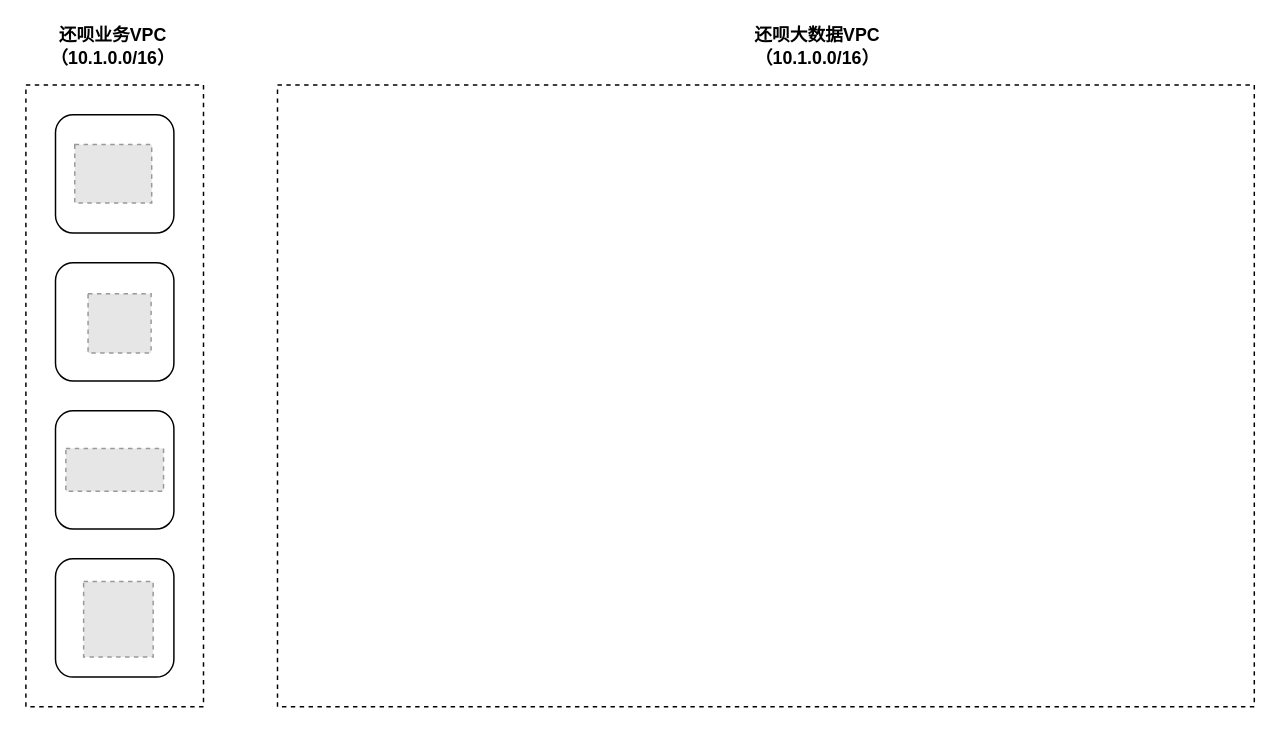
Earlier version of the draw.io diagram datalake_fullview.drawio (jimmycheng603/findmaven). Source tidied: cells renumbered, new cells numbered last; positions are measured from the earlier drawing's top-left corner, leaving out a move shared by most shapes. Both pictures are drawn from the tidied source at 148%, with x=0, y=0 at pixel (25, 31). Pictures stored in the file or linked from it are replaced by grey dashed boxes.
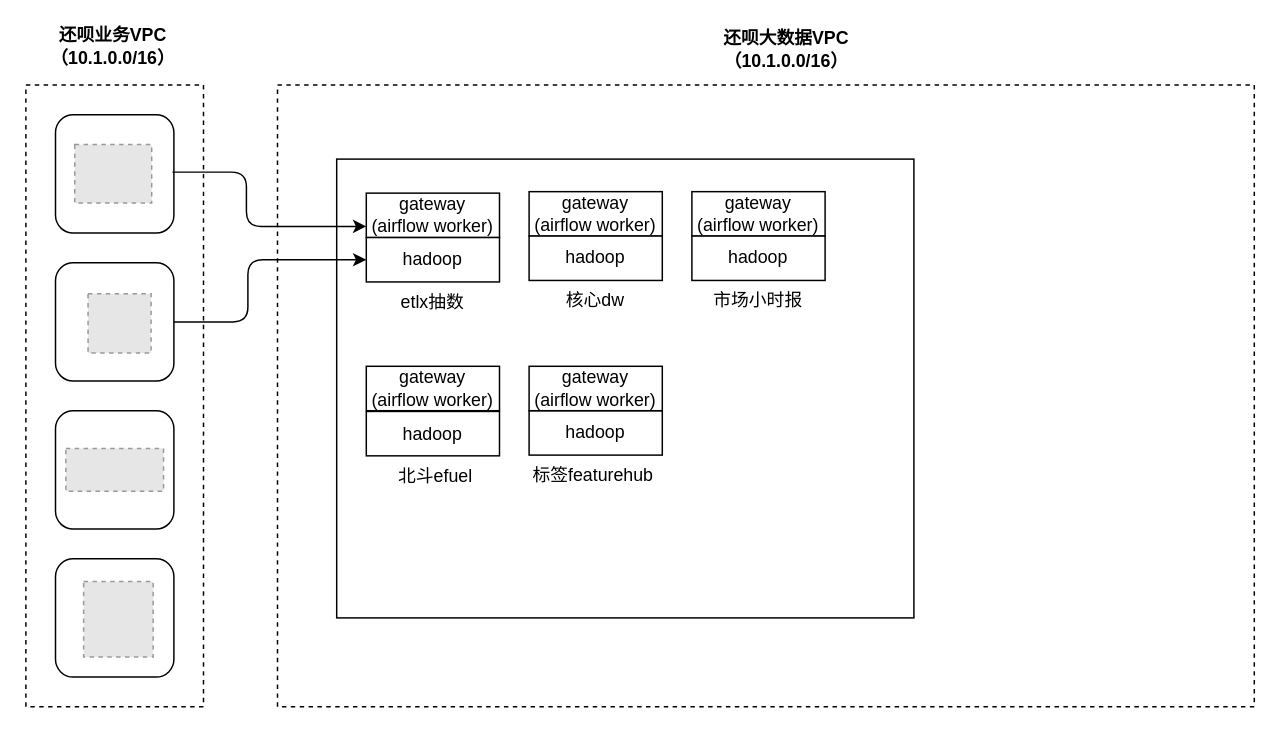
The same diagram, later.

Unchanged cells that the change refers to:
```xml
<mxCell id="4" style="rounded=1;whiteSpace=wrap;html=1;" parent="1" vertex="1">
  <mxGeometry x="20" y="156" width="80" height="80" as="geometry" />
</mxCell>
```

The edit, as a diff of the source:
```diff
@@
     <mxCell id="13" value="还呗大数据VPC&lt;br&gt;（10.1.0.0/16）" style="text;html=1;strokeColor=none;fillColor=none;align=center;verticalAlign=middle;whiteSpace=wrap;rounded=0;fontStyle=1;" parent="1" vertex="1">
-      <mxGeometry x="490" width="90" height="20" as="geometry" />
+      <mxGeometry x="469" y="2" width="90" height="20" as="geometry" />
     </mxCell>
+    <mxCell id="14" style="rounded=0;whiteSpace=wrap;html=1;" parent="1" vertex="1">
+      <mxGeometry x="210" y="86" width="390" height="310" as="geometry" />
+    </mxCell>
+    <mxCell id="15" style="edgeStyle=elbowEdgeStyle;elbow=horizontal;endArrow=classic;html=1;entryX=0;entryY=0.5;entryDx=0;entryDy=0;exitX=1;exitY=0.5;exitDx=0;exitDy=0;" parent="1" edge="1" source="4" target="21">
+      <mxGeometry relative="1" as="geometry">
+        <Array as="points">
+          <mxPoint x="150" y="196" />
+          <mxPoint x="150" y="176" />
+          <mxPoint x="140" y="126" />
+        </Array>
+      </mxGeometry>
+    </mxCell>
+    <mxCell id="16" style="edgeStyle=elbowEdgeStyle;elbow=horizontal;endArrow=classic;html=1;entryX=0;entryY=0.75;entryDx=0;entryDy=0;" parent="1" edge="1" target="20">
+      <mxGeometry relative="1" as="geometry">
+        <mxPoint x="99" y="94.8" as="sourcePoint" />
+        <Array as="points">
+          <mxPoint x="149" y="64.8" />
+          <mxPoint x="139" y="14.8" />
+        </Array>
+      </mxGeometry>
+    </mxCell>
+    <mxCell id="17" style="group;" parent="1" vertex="1">
+      <mxGeometry x="230" y="109" width="90" height="84" as="geometry" />
+    </mxCell>
+    <mxCell id="18" value="etlx抽数" style="text;html=1;strokeColor=none;fillColor=none;align=center;verticalAlign=middle;whiteSpace=wrap;rounded=0;" parent="17" vertex="1">
+      <mxGeometry x="20" y="64" width="50" height="20" as="geometry" />
+    </mxCell>
+    <mxCell id="19" style="group;" parent="17" vertex="1">
+      <mxGeometry width="90" height="60" as="geometry" />
+    </mxCell>
+    <mxCell id="20" value="gateway&lt;br&gt;(airflow worker)" style="rounded=0;whiteSpace=wrap;html=1;" parent="19" vertex="1">
+      <mxGeometry width="90" height="30" as="geometry" />
+    </mxCell>
+    <mxCell id="21" value="hadoop" style="rounded=0;whiteSpace=wrap;html=1;" parent="19" vertex="1">
+      <mxGeometry y="30" width="90" height="30" as="geometry" />
+    </mxCell>
+    <mxCell id="22" style="group;" parent="1" vertex="1">
+      <mxGeometry x="340" y="106" width="90" height="84" as="geometry" />
+    </mxCell>
+    <mxCell id="23" value="核心dw" style="text;html=1;strokeColor=none;fillColor=none;align=center;verticalAlign=middle;whiteSpace=wrap;rounded=0;" parent="22" vertex="1">
+      <mxGeometry x="20" y="66" width="50" height="20" as="geometry" />
+    </mxCell>
+    <mxCell id="24" style="group;" parent="22" vertex="1">
+      <mxGeometry y="2" width="90" height="60" as="geometry" />
+    </mxCell>
+    <mxCell id="25" value="gateway&lt;br&gt;(airflow worker)" style="rounded=0;whiteSpace=wrap;html=1;" parent="24" vertex="1">
+      <mxGeometry width="90" height="30" as="geometry" />
+    </mxCell>
+    <mxCell id="26" value="hadoop" style="rounded=0;whiteSpace=wrap;html=1;" parent="24" vertex="1">
+      <mxGeometry y="30" width="90" height="30" as="geometry" />
+    </mxCell>
+    <mxCell id="27" style="group;" parent="1" vertex="1">
+      <mxGeometry x="450" y="106" width="90" height="86" as="geometry" />
+    </mxCell>
+    <mxCell id="28" value="市场小时报" style="text;html=1;strokeColor=none;fillColor=none;align=center;verticalAlign=middle;whiteSpace=wrap;rounded=0;" parent="27" vertex="1">
+      <mxGeometry x="10" y="66" width="70" height="20" as="geometry" />
+    </mxCell>
+    <mxCell id="29" style="group;" parent="27" vertex="1">
+      <mxGeometry y="2" width="90" height="60" as="geometry" />
+    </mxCell>
+    <mxCell id="30" value="gateway&lt;br&gt;(airflow worker)" style="rounded=0;whiteSpace=wrap;html=1;" parent="29" vertex="1">
+      <mxGeometry width="90" height="30" as="geometry" />
+    </mxCell>
+    <mxCell id="31" value="hadoop" style="rounded=0;whiteSpace=wrap;html=1;" parent="29" vertex="1">
+      <mxGeometry y="30" width="90" height="30" as="geometry" />
+    </mxCell>
+    <mxCell id="32" style="group;" parent="1" vertex="1">
+      <mxGeometry x="230" y="226.5" width="90" height="84" as="geometry" />
+    </mxCell>
+    <mxCell id="33" value="北斗efuel" style="text;html=1;strokeColor=none;fillColor=none;align=center;verticalAlign=middle;whiteSpace=wrap;rounded=0;" parent="32" vertex="1">
+      <mxGeometry x="17" y="64" width="60" height="20" as="geometry" />
+    </mxCell>
+    <mxCell id="34" style="group;" parent="32" vertex="1">
+      <mxGeometry width="90" height="60" as="geometry" />
+    </mxCell>
+    <mxCell id="35" value="hadoop" style="rounded=0;whiteSpace=wrap;html=1;" parent="34" vertex="1">
+      <mxGeometry y="30" width="90" height="30" as="geometry" />
+    </mxCell>
+    <mxCell id="36" value="gateway&lt;br&gt;(airflow worker)" style="rounded=0;whiteSpace=wrap;html=1;" parent="1" vertex="1">
+      <mxGeometry x="230" y="226" width="90" height="30" as="geometry" />
+    </mxCell>
+    <mxCell id="37" style="group;" parent="1" vertex="1">
+      <mxGeometry x="340" y="226" width="110" height="84" as="geometry" />
+    </mxCell>
+    <mxCell id="38" value="标签featurehub" style="text;html=1;strokeColor=none;fillColor=none;align=center;verticalAlign=middle;whiteSpace=wrap;rounded=0;" parent="37" vertex="1">
+      <mxGeometry x="-3" y="64" width="93" height="20" as="geometry" />
+    </mxCell>
+    <mxCell id="39" style="group;" parent="37" vertex="1">
+      <mxGeometry width="90" height="60" as="geometry" />
+    </mxCell>
+    <mxCell id="40" value="hadoop" style="rounded=0;whiteSpace=wrap;html=1;" parent="39" vertex="1">
+      <mxGeometry y="30" width="90" height="30" as="geometry" />
+    </mxCell>
+    <mxCell id="41" value="gateway&lt;br&gt;(airflow worker)" style="rounded=0;whiteSpace=wrap;html=1;" parent="1" vertex="1">
+      <mxGeometry x="340" y="226" width="90" height="30" as="geometry" />
+    </mxCell>
```
